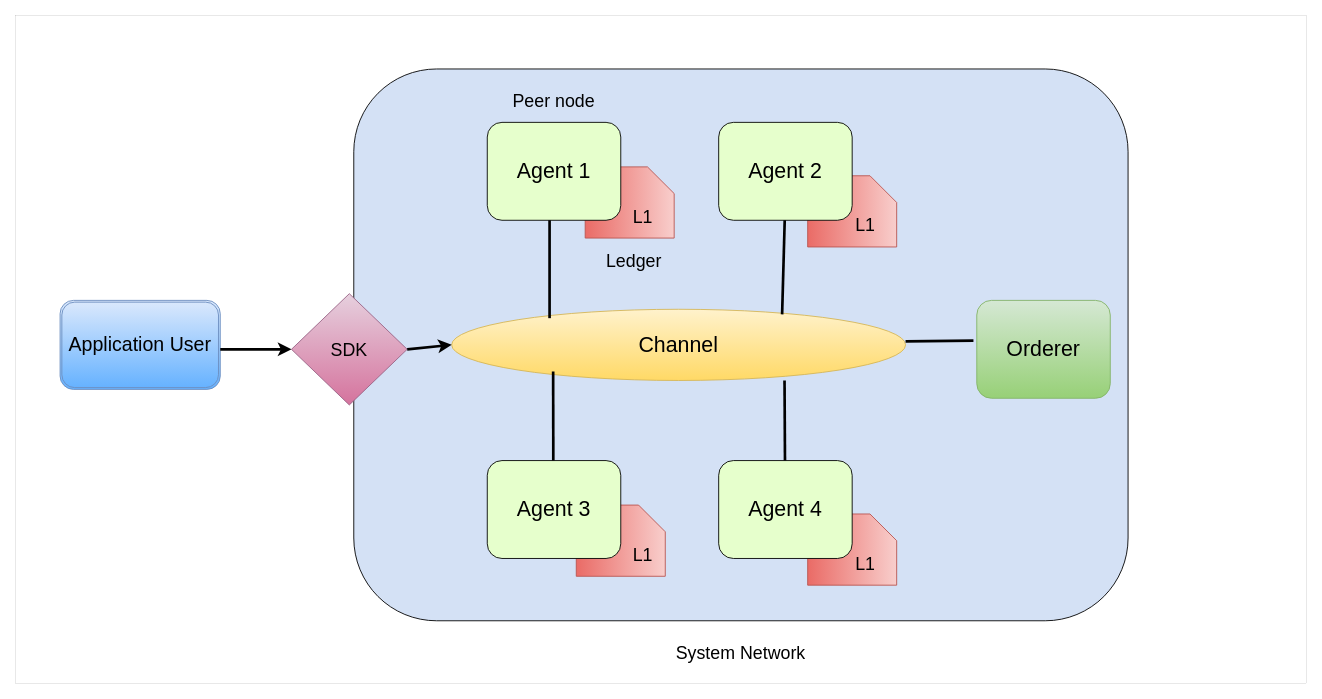
Earlier version of the draw.io diagram page "Page-2" (2 of 3) of files/Fabric-Diagrams.drawio (Arif-Shahriar028/draw.io). Source tidied: cells renumbered, new cells numbered last; positions are measured from the earlier drawing's top-left corner, leaving out a move shared by most shapes. Both pictures are drawn from the tidied source at 89%, with x=0, y=0 at pixel (15, 15).
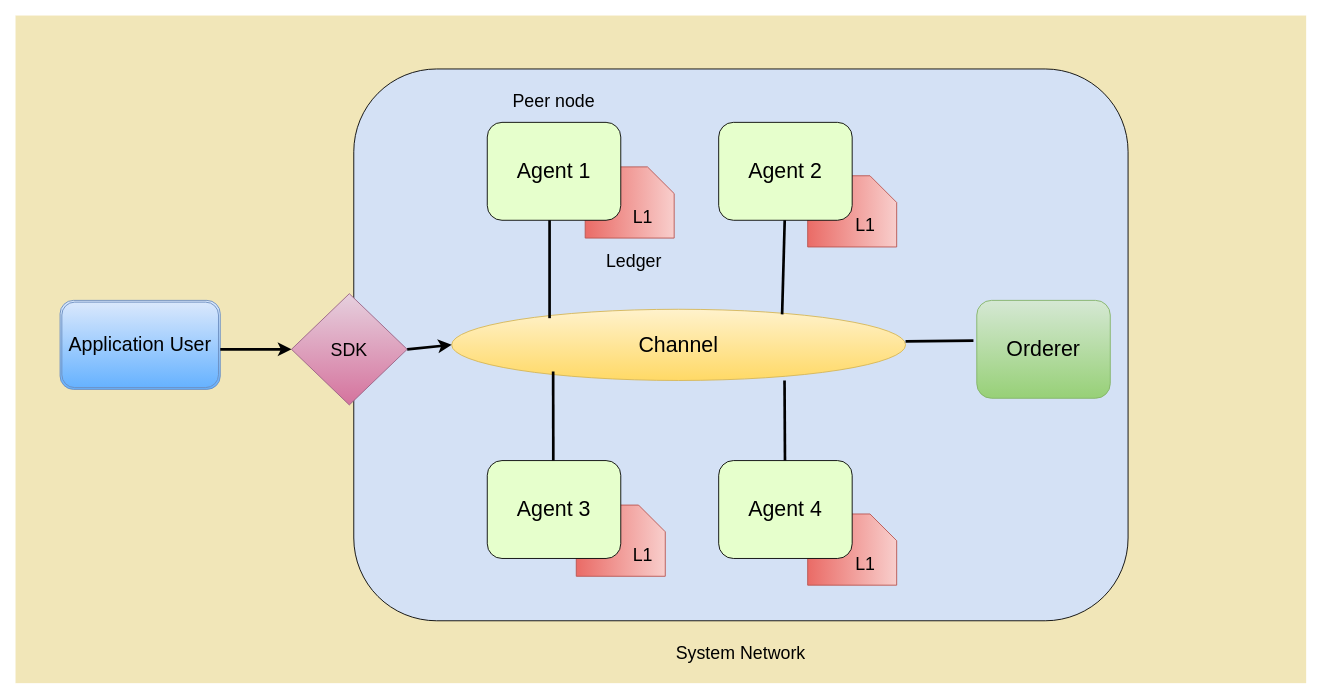
After the change.

What changed in the source:
```diff
@@
-    <mxCell id="2" style="rounded=0;whiteSpace=wrap;html=1;strokeWidth=0.1;" parent="1" vertex="1">
+    <mxCell id="2" style="rounded=0;whiteSpace=wrap;html=1;strokeWidth=0.1;fillColor=#F1E6B8;strokeColor=#F1E6B8;" parent="1" vertex="1">
       <mxGeometry width="1450" height="750" as="geometry" />
     </mxCell>
```
